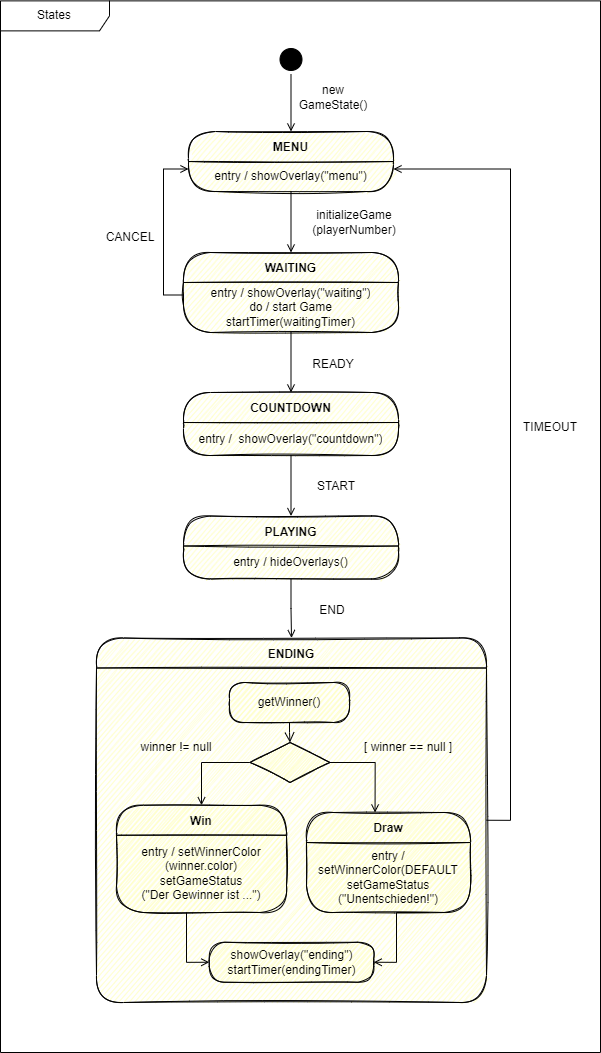
This is diagrams/GameManager_states.png from sckoenig/Distributed-Tron, a draw.io export, as it was before one commit. Source tidied: cells renumbered, new cells last; positions are measured from the earlier drawing's top-left corner, leaving out a move shared by most shapes.
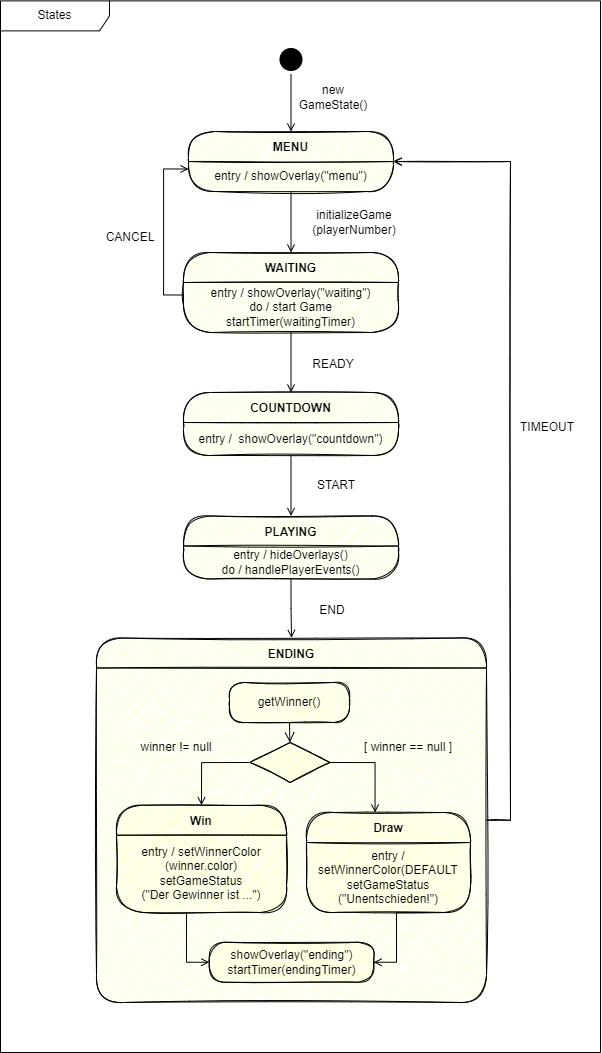
After the change.

Commit message:
handlePlayerEvents in State PLAY

The edit, as a diff of the source:
```diff
@@ -2,37 +2,32 @@
   <root>
     <mxCell id="0" />
     <mxCell id="1" parent="0" />
-    <mxCell id="2" style="edgeStyle=orthogonalEdgeStyle;rounded=0;jettySize=auto;html=1;exitX=0.5;exitY=1;exitDx=0;exitDy=0;strokeColor=#000000;endArrow=open;endFill=0;sketch=0;" parent="1" edge="1" source="3" target="4">
-      <mxGeometry relative="1" as="geometry" />
+    <mxCell id="2" value="States" style="shape=umlFrame;whiteSpace=wrap;html=1;sketch=0;fillColor=default;width=109;height=30;" parent="1" vertex="1">
+      <mxGeometry y="0.4" width="600" height="1051.6" as="geometry" />
     </mxCell>
-    <mxCell id="3" style="ellipse;html=1;shape=startState;fillColor=#000000;strokeColor=default;sketch=0;" parent="1" vertex="1">
-      <mxGeometry x="275.5" y="44" width="30" height="30" as="geometry" />
+    <mxCell id="3" style="edgeStyle=orthogonalEdgeStyle;rounded=0;jettySize=auto;html=1;exitX=0.5;exitY=1;exitDx=0;exitDy=0;strokeColor=#000000;endArrow=open;endFill=0;sketch=0;" parent="1" edge="1" source="4" target="5">
+      <mxGeometry relative="1" as="geometry" />
     </mxCell>
-    <mxCell id="4" value="MENU" style="swimlane;fontStyle=1;align=center;verticalAlign=middle;horizontal=1;startSize=30;fontColor=#000000;rounded=1;arcSize=30;strokeColor=default;fillColor=#ffffc0;swimlaneFillColor=#ffffc0;sketch=1;fillStyle=auto;" parent="1" vertex="1">
-      <mxGeometry x="188" y="131" width="205" height="60" as="geometry" />
+    <mxCell id="4" style="ellipse;html=1;shape=startState;fillColor=#000000;strokeColor=default;sketch=0;" parent="1" vertex="1">
+      <mxGeometry x="275.5" y="44" width="30" height="30" as="geometry" />
     </mxCell>
-    <mxCell id="5" value="entry / showOverlay(&quot;menu&quot;)" style="text;html=1;strokeColor=none;fillColor=none;align=center;verticalAlign=middle;spacingLeft=4;spacingRight=4;whiteSpace=wrap;overflow=hidden;fontColor=#000000;sketch=0;" parent="4" vertex="1">
-      <mxGeometry y="30" width="205" height="30" as="geometry" />
+    <mxCell id="5" value="MENU" style="swimlane;fontStyle=1;align=center;verticalAlign=middle;horizontal=1;startSize=30;fontColor=#000000;rounded=1;arcSize=30;strokeColor=default;fillColor=#ffffc0;swimlaneFillColor=#ffffc0;sketch=1;fillStyle=auto;" parent="1" vertex="1">
+      <mxGeometry x="188" y="131" width="205" height="60" as="geometry" />
     </mxCell>
-    <mxCell id="6" value="WAITING" style="swimlane;fontStyle=1;align=center;verticalAlign=middle;horizontal=1;startSize=30;fontColor=#000000;rounded=1;arcSize=30;strokeColor=default;fillColor=#ffffc0;swimlaneFillColor=#ffffc0;sketch=1;" parent="1" vertex="1">
-      <mxGeometry x="183" y="252" width="215" height="80" as="geometry" />
+    <mxCell id="6" value="entry / showOverlay(&quot;menu&quot;)" style="text;html=1;strokeColor=none;fillColor=none;align=center;verticalAlign=middle;spacingLeft=4;spacingRight=4;whiteSpace=wrap;overflow=hidden;fontColor=#000000;sketch=0;" parent="5" vertex="1">
+      <mxGeometry y="30" width="205" height="30" as="geometry" />
     </mxCell>
-    <mxCell id="7" value="entry / showOverlay(&quot;waiting&quot;)&lt;br&gt;do / start Game&lt;br&gt;startTimer(waitingTimer)" style="text;html=1;strokeColor=none;fillColor=none;align=center;verticalAlign=middle;spacingLeft=4;spacingRight=4;whiteSpace=wrap;overflow=hidden;fontColor=#000000;sketch=1;" parent="6" vertex="1">
-      <mxGeometry y="30" width="215" height="50" as="geometry" />
+    <mxCell id="7" value="WAITING" style="swimlane;fontStyle=1;align=center;verticalAlign=middle;horizontal=1;startSize=30;fontColor=#000000;rounded=1;arcSize=30;strokeColor=default;fillColor=#ffffc0;swimlaneFillColor=#ffffc0;sketch=1;" parent="1" vertex="1">
+      <mxGeometry x="183" y="252" width="215" height="80" as="geometry" />
     </mxCell>
-    <mxCell id="8" value="PLAYING" style="swimlane;fontStyle=1;align=center;verticalAlign=middle;horizontal=1;startSize=30;fontColor=#000000;rounded=1;arcSize=30;strokeColor=default;fillColor=#ffffc0;swimlaneFillColor=#ffffc0;sketch=1;" parent="1" vertex="1">
-      <mxGeometry x="183" y="515.5" width="215" height="63" as="geometry" />
+    <mxCell id="8" value="entry / showOverlay(&quot;waiting&quot;)&lt;br&gt;do / start Game&lt;br&gt;startTimer(waitingTimer)" style="text;html=1;strokeColor=none;fillColor=none;align=center;verticalAlign=middle;spacingLeft=4;spacingRight=4;whiteSpace=wrap;overflow=hidden;fontColor=#000000;sketch=1;" parent="7" vertex="1">
+      <mxGeometry y="30" width="215" height="50" as="geometry" />
     </mxCell>
-    <mxCell id="9" value="entry / hideOverlays()&lt;br&gt;" style="text;html=1;strokeColor=none;fillColor=none;align=center;verticalAlign=middle;spacingLeft=4;spacingRight=4;whiteSpace=wrap;overflow=hidden;fontColor=#000000;sketch=0;" parent="8" vertex="1">
-      <mxGeometry y="30" width="215" height="33" as="geometry" />
+    <mxCell id="9" value="PLAYING" style="swimlane;fontStyle=1;align=center;verticalAlign=middle;horizontal=1;startSize=30;fontColor=#000000;rounded=1;arcSize=30;strokeColor=default;fillColor=#ffffc0;swimlaneFillColor=#ffffc0;sketch=1;" parent="1" vertex="1">
+      <mxGeometry x="183" y="515.5" width="215" height="63" as="geometry" />
     </mxCell>
-    <mxCell id="10" style="edgeStyle=orthogonalEdgeStyle;rounded=0;sketch=0;jettySize=auto;html=1;exitX=1;exitY=0.5;exitDx=0;exitDy=0;entryX=1;entryY=0.25;entryDx=0;entryDy=0;strokeColor=#000000;endArrow=open;endFill=0;" parent="1" edge="1" source="11" target="5">
-      <mxGeometry relative="1" as="geometry">
-        <Array as="points">
-          <mxPoint x="510" y="820" />
-          <mxPoint x="510" y="169" />
-        </Array>
-      </mxGeometry>
+    <mxCell id="10" value="entry / hideOverlays()&lt;br&gt;do / handlePlayerEvents()" style="text;html=1;strokeColor=none;fillColor=none;align=center;verticalAlign=middle;spacingLeft=4;spacingRight=4;whiteSpace=wrap;overflow=hidden;fontColor=#000000;sketch=0;" parent="9" vertex="1">
+      <mxGeometry y="30" width="215" height="33" as="geometry" />
     </mxCell>
     <mxCell id="11" value="ENDING" style="swimlane;fontStyle=1;align=center;verticalAlign=middle;horizontal=1;startSize=30;fontColor=#000000;rounded=1;arcSize=30;strokeColor=default;fillColor=#ffffc0;swimlaneFillColor=#ffffc0;sketch=1;" parent="1" vertex="1">
       <mxGeometry x="96" y="637.5" width="390" height="364.5" as="geometry" />
@@ -43,7 +38,7 @@
     <mxCell id="13" value="READY" style="text;html=1;strokeColor=none;fillColor=none;align=center;verticalAlign=middle;whiteSpace=wrap;rounded=0;sketch=1;" parent="1" vertex="1">
       <mxGeometry x="303" y="311" width="60" height="105" as="geometry" />
     </mxCell>
-    <mxCell id="14" style="edgeStyle=orthogonalEdgeStyle;rounded=0;jettySize=auto;html=1;exitX=0;exitY=0.25;exitDx=0;exitDy=0;entryX=0;entryY=0.25;entryDx=0;entryDy=0;endArrow=open;endFill=0;sketch=0;" parent="1" edge="1" source="7" target="5">
+    <mxCell id="14" style="edgeStyle=orthogonalEdgeStyle;rounded=0;jettySize=auto;html=1;exitX=0;exitY=0.25;exitDx=0;exitDy=0;entryX=0;entryY=0.25;entryDx=0;entryDy=0;endArrow=open;endFill=0;sketch=0;" parent="1" edge="1" source="8" target="6">
       <mxGeometry relative="1" as="geometry" />
     </mxCell>
     <mxCell id="15" value="CANCEL" style="text;html=1;strokeColor=none;fillColor=none;align=center;verticalAlign=middle;whiteSpace=wrap;rounded=0;sketch=0;" parent="1" vertex="1">
@@ -52,13 +47,13 @@
     <mxCell id="16" value="END" style="text;html=1;strokeColor=none;fillColor=none;align=center;verticalAlign=middle;whiteSpace=wrap;rounded=0;sketch=0;" parent="1" vertex="1">
       <mxGeometry x="302" y="595" width="60" height="30" as="geometry" />
     </mxCell>
-    <mxCell id="17" style="edgeStyle=orthogonalEdgeStyle;rounded=0;jettySize=auto;html=1;exitX=0.5;exitY=1;exitDx=0;exitDy=0;entryX=0.5;entryY=0;entryDx=0;entryDy=0;endArrow=open;endFill=0;sketch=0;" parent="1" edge="1" source="9" target="11">
+    <mxCell id="17" style="edgeStyle=orthogonalEdgeStyle;rounded=0;jettySize=auto;html=1;exitX=0.5;exitY=1;exitDx=0;exitDy=0;entryX=0.5;entryY=0;entryDx=0;entryDy=0;endArrow=open;endFill=0;sketch=0;" parent="1" edge="1" source="10" target="11">
       <mxGeometry relative="1" as="geometry" />
     </mxCell>
     <mxCell id="18" value="TIMEOUT" style="text;html=1;strokeColor=none;fillColor=none;align=center;verticalAlign=middle;whiteSpace=wrap;rounded=0;sketch=0;" parent="1" vertex="1">
-      <mxGeometry x="520" y="412" width="60" height="30" as="geometry" />
+      <mxGeometry x="517" y="412" width="60" height="30" as="geometry" />
     </mxCell>
-    <mxCell id="19" style="edgeStyle=orthogonalEdgeStyle;rounded=0;jettySize=auto;html=1;entryX=0.5;entryY=0;entryDx=0;entryDy=0;strokeColor=#000000;endArrow=open;endFill=0;sketch=0;" parent="1" edge="1" source="5" target="6">
+    <mxCell id="19" style="edgeStyle=orthogonalEdgeStyle;rounded=0;jettySize=auto;html=1;entryX=0.5;entryY=0;entryDx=0;entryDy=0;strokeColor=#000000;endArrow=open;endFill=0;sketch=0;" parent="1" edge="1" source="6" target="7">
       <mxGeometry relative="1" as="geometry" />
     </mxCell>
     <mxCell id="20" value="initializeGame&lt;br&gt;(playerNumber)" style="text;html=1;strokeColor=none;fillColor=none;align=center;verticalAlign=middle;whiteSpace=wrap;rounded=0;sketch=0;" parent="1" vertex="1">
@@ -70,10 +65,10 @@
     <mxCell id="22" value="entry /&amp;nbsp; showOverlay(&quot;countdown&quot;)" style="text;html=1;strokeColor=none;fillColor=none;align=center;verticalAlign=middle;spacingLeft=4;spacingRight=4;whiteSpace=wrap;overflow=hidden;fontColor=#000000;sketch=0;" parent="21" vertex="1">
       <mxGeometry y="30" width="215" height="33" as="geometry" />
     </mxCell>
-    <mxCell id="23" style="edgeStyle=orthogonalEdgeStyle;rounded=0;jettySize=auto;html=1;strokeColor=default;fontSize=11;sketch=0;endArrow=open;endFill=0;" parent="1" edge="1" source="7" target="21">
+    <mxCell id="23" style="edgeStyle=orthogonalEdgeStyle;rounded=0;jettySize=auto;html=1;strokeColor=default;fontSize=11;sketch=0;endArrow=open;endFill=0;" parent="1" edge="1" source="8" target="21">
       <mxGeometry relative="1" as="geometry" />
     </mxCell>
-    <mxCell id="24" style="edgeStyle=orthogonalEdgeStyle;rounded=0;jettySize=auto;html=1;strokeColor=default;fontSize=11;sketch=0;endArrow=open;endFill=0;" parent="1" edge="1" source="22" target="8">
+    <mxCell id="24" style="edgeStyle=orthogonalEdgeStyle;rounded=0;jettySize=auto;html=1;strokeColor=default;fontSize=11;sketch=0;endArrow=open;endFill=0;" parent="1" edge="1" source="22" target="9">
       <mxGeometry relative="1" as="geometry" />
     </mxCell>
     <mxCell id="25" value="START" style="text;html=1;strokeColor=none;fillColor=none;align=center;verticalAlign=middle;whiteSpace=wrap;rounded=0;sketch=0;" parent="1" vertex="1">
@@ -106,32 +101,37 @@
     <mxCell id="34" style="rhombus;whiteSpace=wrap;html=1;fillColor=#ffffc0;strokeColor=#000000;sketch=1;" parent="1" vertex="1">
       <mxGeometry x="249.5" y="742" width="80" height="40" as="geometry" />
     </mxCell>
-    <mxCell id="35" value="showOverlay(&quot;ending&quot;)&lt;br&gt;startTimer(endingTimer)" style="rounded=1;whiteSpace=wrap;html=1;arcSize=40;fontColor=#000000;fillColor=#ffffc0;strokeColor=#000000;sketch=1;" parent="1" vertex="1">
-      <mxGeometry x="208.8" y="941.8" width="164.5" height="40" as="geometry" />
+    <mxCell id="35" style="edgeStyle=orthogonalEdgeStyle;rounded=0;sketch=1;jettySize=auto;html=1;strokeColor=#000000;endArrow=open;endFill=0;entryX=1;entryY=0.5;entryDx=0;entryDy=0;exitX=1;exitY=0.5;exitDx=0;exitDy=0;" parent="1" edge="1" source="11" target="5">
+      <mxGeometry relative="1" as="geometry">
+        <Array as="points">
+          <mxPoint x="510" y="820" />
+          <mxPoint x="510" y="161" />
+        </Array>
+      </mxGeometry>
     </mxCell>
-    <mxCell id="36" style="edgeStyle=orthogonalEdgeStyle;rounded=0;sketch=0;jettySize=auto;html=1;entryX=0;entryY=0.5;entryDx=0;entryDy=0;strokeColor=#000000;endArrow=open;endFill=0;" parent="1" edge="1" source="27" target="35">
-      <mxGeometry relative="1" as="geometry">
-        <Array as="points">
-          <mxPoint x="186" y="962" />
-        </Array>
-      </mxGeometry>
+    <mxCell id="36" value="showOverlay(&quot;ending&quot;)&lt;br&gt;startTimer(endingTimer)" style="rounded=1;whiteSpace=wrap;html=1;arcSize=40;fontColor=#000000;fillColor=#ffffc0;strokeColor=#000000;sketch=1;" parent="1" vertex="1">
+      <mxGeometry x="208.8" y="941.8" width="164.5" height="40" as="geometry" />
     </mxCell>
-    <mxCell id="37" style="edgeStyle=orthogonalEdgeStyle;rounded=0;sketch=0;jettySize=auto;html=1;exitX=0.75;exitY=1;exitDx=0;exitDy=0;entryX=1;entryY=0.5;entryDx=0;entryDy=0;strokeColor=#000000;endArrow=open;endFill=0;" parent="1" edge="1" source="29" target="35">
+    <mxCell id="37" style="edgeStyle=orthogonalEdgeStyle;rounded=0;sketch=0;jettySize=auto;html=1;entryX=0;entryY=0.5;entryDx=0;entryDy=0;strokeColor=#000000;endArrow=open;endFill=0;" parent="1" edge="1" source="27" target="36">
       <mxGeometry relative="1" as="geometry">
         <Array as="points">
-          <mxPoint x="396" y="912" />
-          <mxPoint x="396" y="962" />
+          <mxPoint x="186" y="962" />
         </Array>
       </mxGeometry>
     </mxCell>
-    <mxCell id="38" value="[ winner == null ]" style="text;html=1;strokeColor=none;fillColor=none;align=center;verticalAlign=middle;whiteSpace=wrap;rounded=0;sketch=0;" parent="1" vertex="1">
-      <mxGeometry x="362" y="732" width="92" height="30" as="geometry" />
+    <mxCell id="38" style="edgeStyle=orthogonalEdgeStyle;rounded=0;sketch=0;jettySize=auto;html=1;exitX=0.75;exitY=1;exitDx=0;exitDy=0;entryX=1;entryY=0.5;entryDx=0;entryDy=0;strokeColor=#000000;endArrow=open;endFill=0;" parent="1" edge="1" source="29" target="36">
+      <mxGeometry relative="1" as="geometry">
+        <Array as="points">
+          <mxPoint x="396" y="912" />
+          <mxPoint x="396" y="962" />
+        </Array>
+      </mxGeometry>
     </mxCell>
-    <mxCell id="39" value="winner != null" style="text;html=1;strokeColor=none;fillColor=none;align=center;verticalAlign=middle;whiteSpace=wrap;rounded=0;sketch=0;" parent="1" vertex="1">
-      <mxGeometry x="130" y="732" width="92" height="30" as="geometry" />
+    <mxCell id="39" value="[ winner == null ]" style="text;html=1;strokeColor=none;fillColor=none;align=center;verticalAlign=middle;whiteSpace=wrap;rounded=0;sketch=0;" parent="1" vertex="1">
+      <mxGeometry x="362" y="732" width="92" height="30" as="geometry" />
     </mxCell>
-    <mxCell id="40" value="States" style="shape=umlFrame;whiteSpace=wrap;html=1;sketch=0;fillColor=default;width=109;height=30;" parent="1" vertex="1">
-      <mxGeometry y="0.4" width="600" height="1051.6" as="geometry" />
+    <mxCell id="40" value="winner != null" style="text;html=1;strokeColor=none;fillColor=none;align=center;verticalAlign=middle;whiteSpace=wrap;rounded=0;sketch=0;" parent="1" vertex="1">
+      <mxGeometry x="130" y="732" width="92" height="30" as="geometry" />
     </mxCell>
   </root>
 </mxGraphModel>
```
